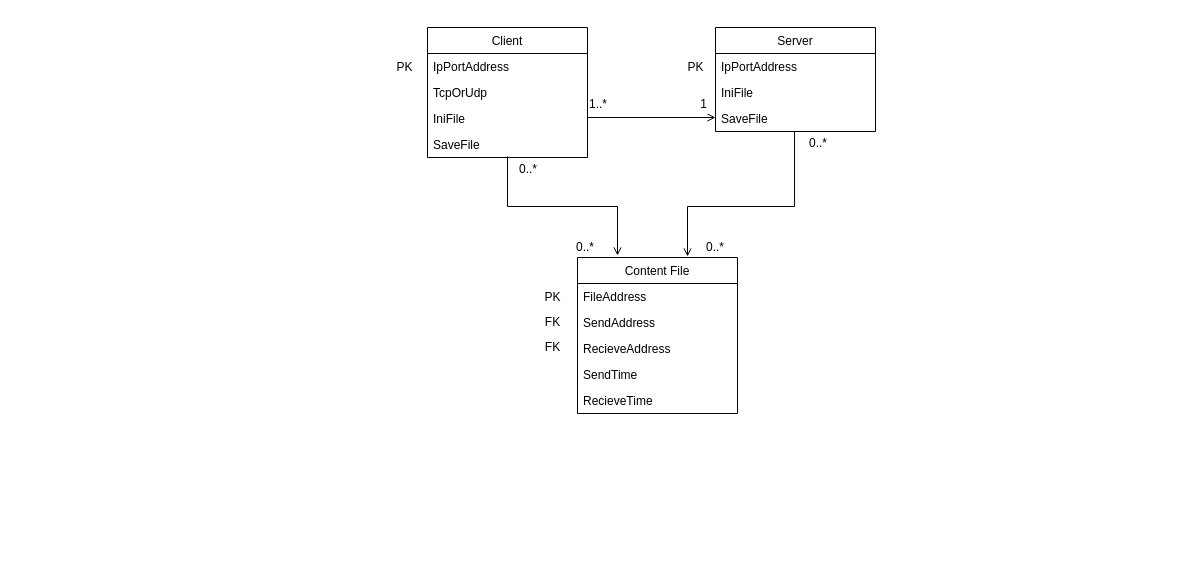
Earlier version of the draw.io diagram Untitled Diagram.drawio (hisouske/4dplex_ojt). Source tidied: cells renumbered, new cells numbered last; positions are measured from the earlier drawing's top-left corner, leaving out a move shared by most shapes. Both pictures are drawn from the tidied source at 100%, with x=0, y=0 at pixel (389, 27).
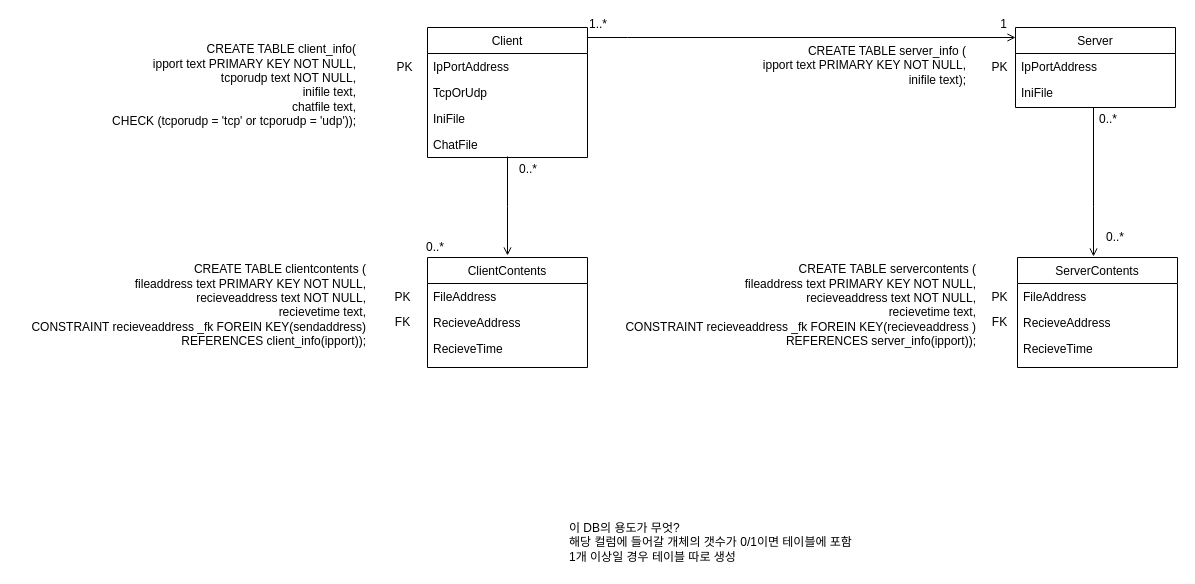
Above is the later version.

The change refers to these unchanged cells:
```xml
<mxCell id="2" value="Client" style="swimlane;fontStyle=0;align=center;verticalAlign=top;horizontal=1;startSize=26;rounded=0;shadow=0;strokeWidth=1;" parent="1" vertex="1">
  <mxGeometry x="38" width="160" height="130" as="geometry" />
</mxCell>
```

The edit, as a diff of the source:
```diff
@@
-    <mxCell id="6" value="SaveFile" style="text;align=left;verticalAlign=top;spacingLeft=4;spacingRight=4;overflow=hidden;rounded=0;shadow=0;html=0;" parent="2" vertex="1">
+    <mxCell id="6" value="ChatFile" style="text;align=left;verticalAlign=top;spacingLeft=4;spacingRight=4;overflow=hidden;rounded=0;shadow=0;html=0;" parent="2" vertex="1">
       <mxGeometry y="104" width="160" height="26" as="geometry" />
     </mxCell>
-    <mxCell id="7" value="Content File" style="swimlane;fontStyle=0;align=center;verticalAlign=top;horizontal=1;startSize=26;rounded=0;shadow=0;strokeWidth=1;" parent="1" vertex="1">
-      <mxGeometry x="188" y="230" width="160" height="156" as="geometry" />
+    <mxCell id="7" value="ClientContents" style="swimlane;fontStyle=0;align=center;verticalAlign=top;horizontal=1;startSize=26;rounded=0;shadow=0;strokeWidth=1;" parent="1" vertex="1">
+      <mxGeometry x="38" y="230" width="160" height="110" as="geometry" />
     </mxCell>
@@
-    <mxCell id="9" value="SendAddress" style="text;align=left;verticalAlign=top;spacingLeft=4;spacingRight=4;overflow=hidden;" parent="7" vertex="1">
-      <mxGeometry y="52" width="160" height="26" as="geometry" />
-    </mxCell>
     <mxCell id="10" value="RecieveAddress" style="text;align=left;verticalAlign=top;spacingLeft=4;spacingRight=4;overflow=hidden;" parent="7" vertex="1">
-      <mxGeometry y="78" width="160" height="26" as="geometry" />
+      <mxGeometry y="52" width="160" height="26" as="geometry" />
     </mxCell>
-    <mxCell id="11" value="SendTime" style="text;align=left;verticalAlign=top;spacingLeft=4;spacingRight=4;overflow=hidden;" parent="7" vertex="1">
-      <mxGeometry y="104" width="160" height="26" as="geometry" />
-    </mxCell>
     <mxCell id="12" value="RecieveTime" style="text;align=left;verticalAlign=top;spacingLeft=4;spacingRight=4;overflow=hidden;" parent="7" vertex="1">
-      <mxGeometry y="130" width="160" height="26" as="geometry" />
+      <mxGeometry y="78" width="160" height="26" as="geometry" />
     </mxCell>
     <mxCell id="13" value="Server" style="swimlane;fontStyle=0;align=center;verticalAlign=top;horizontal=1;startSize=26;rounded=0;shadow=0;strokeWidth=1;" parent="1" vertex="1">
-      <mxGeometry x="326" width="160" height="104" as="geometry" />
+      <mxGeometry x="626" width="160" height="80" as="geometry" />
     </mxCell>
-    <mxCell id="14" value="IpPortAddress" style="text;align=left;verticalAlign=top;spacingLeft=4;spacingRight=4;overflow=hidden;" parent="13" vertex="1">
-      <mxGeometry y="26" width="160" height="26" as="geometry" />
-    </mxCell>
-    <mxCell id="15" value="IniFile" style="text;align=left;verticalAlign=top;spacingLeft=4;spacingRight=4;overflow=hidden;rounded=0;shadow=0;html=0;" parent="13" vertex="1">
-      <mxGeometry y="52" width="160" height="26" as="geometry" />
+    <mxCell id="15" value="IpPortAddress" style="text;align=left;verticalAlign=top;spacingLeft=4;spacingRight=4;overflow=hidden;rounded=0;shadow=0;html=0;" parent="13" vertex="1">
+      <mxGeometry y="26" width="160" height="26" as="geometry" />
     </mxCell>
-    <mxCell id="16" value="SaveFile" style="text;align=left;verticalAlign=top;spacingLeft=4;spacingRight=4;overflow=hidden;points=[[0,0.5],[1,0.5]];portConstraint=eastwest;rounded=0;shadow=0;html=0;" parent="13" vertex="1">
-      <mxGeometry y="78" width="160" height="26" as="geometry" />
-    </mxCell>
+    <mxCell id="31" value="IniFile" style="text;align=left;verticalAlign=top;spacingLeft=4;spacingRight=4;overflow=hidden;rounded=0;shadow=0;html=0;" parent="13" vertex="1">
+      <mxGeometry y="52" width="160" height="26" as="geometry" />
+    </mxCell>
     <mxCell id="17" style="endArrow=open;shadow=0;strokeWidth=1;rounded=0;endFill=1;edgeStyle=elbowEdgeStyle;elbow=vertical;" parent="1" edge="1" source="2" target="13">
       <mxGeometry x="0.5" y="41" relative="1" as="geometry">
         <Array as="points">
+          <mxPoint x="238" y="10" />
           <mxPoint x="248" y="90" />
         </Array>
         <mxPoint x="-40" y="32" as="offset" />
       </mxGeometry>
     </mxCell>
@@
     <mxCell id="21" value="PK" style="text;html=1;align=center;verticalAlign=middle;strokeColor=none;" parent="1" vertex="1">
-      <mxGeometry x="148" y="260" width="30" height="20" as="geometry" />
+      <mxGeometry x="-2" y="260" width="30" height="20" as="geometry" />
     </mxCell>
     <mxCell id="22" value="FK" style="text;html=1;align=center;verticalAlign=middle;strokeColor=none;" parent="1" vertex="1">
-      <mxGeometry x="148" y="285" width="30" height="20" as="geometry" />
+      <mxGeometry x="-2" y="285" width="30" height="20" as="geometry" />
     </mxCell>
-    <mxCell id="23" value="FK" style="text;html=1;align=center;verticalAlign=middle;strokeColor=none;" parent="1" vertex="1">
-      <mxGeometry x="148" y="310" width="30" height="20" as="geometry" />
-    </mxCell>
@@
     <mxCell id="25" value="PK" style="text;html=1;align=center;verticalAlign=middle;strokeColor=none;" parent="1" vertex="1">
-      <mxGeometry x="291" y="30" width="30" height="20" as="geometry" />
+      <mxGeometry x="595" y="30" width="30" height="20" as="geometry" />
     </mxCell>
     <mxCell id="26" style="endArrow=open;shadow=0;strokeWidth=1;rounded=0;endFill=1;edgeStyle=elbowEdgeStyle;elbow=vertical;" parent="1" edge="1">
       <mxGeometry x="0.5" y="41" relative="1" as="geometry">
         <mxPoint x="118" y="129" as="sourcePoint" />
-        <mxPoint x="228" y="228" as="targetPoint" />
+        <mxPoint x="118" y="228" as="targetPoint" />
         <mxPoint x="-40" y="32" as="offset" />
       </mxGeometry>
     </mxCell>
     <mxCell id="27" value="0..*" style="align=left;verticalAlign=bottom;labelBackgroundColor=none;fontSize=12;" parent="1" vertex="1">
-      <mxGeometry x="198" y="230" as="geometry">
+      <mxGeometry x="48" y="230" as="geometry">
         <mxPoint x="-13" y="-2" as="offset" />
       </mxGeometry>
     </mxCell>
-    <mxCell id="28" style="endArrow=open;shadow=0;strokeWidth=1;rounded=0;endFill=1;edgeStyle=elbowEdgeStyle;elbow=vertical;exitX=0.494;exitY=0.981;exitDx=0;exitDy=0;exitPerimeter=0;" parent="1" edge="1" source="16">
+    <mxCell id="28" style="endArrow=open;shadow=0;strokeWidth=1;rounded=0;endFill=1;edgeStyle=elbowEdgeStyle;elbow=vertical;" parent="1" edge="1">
       <mxGeometry x="0.5" y="41" relative="1" as="geometry">
-        <mxPoint x="298" y="229" as="targetPoint" />
+        <mxPoint x="704" y="80" as="sourcePoint" />
+        <mxPoint x="704" y="229" as="targetPoint" />
         <Array as="points">
-          <mxPoint x="348" y="179" />
-          <mxPoint x="378" y="179" />
-          <mxPoint x="348" y="179" />
+          <mxPoint x="648" y="179" />
+          <mxPoint x="678" y="179" />
+          <mxPoint x="648" y="179" />
         </Array>
         <mxPoint x="-40" y="32" as="offset" />
       </mxGeometry>
     </mxCell>
     <mxCell id="29" value="0..*" style="align=left;verticalAlign=bottom;labelBackgroundColor=none;fontSize=12;" parent="1" vertex="1">
-      <mxGeometry x="418" y="124" as="geometry" />
+      <mxGeometry x="708" y="100" as="geometry" />
     </mxCell>
     <mxCell id="30" value="0..*" style="align=left;verticalAlign=bottom;labelBackgroundColor=none;fontSize=12;" parent="1" vertex="1">
-      <mxGeometry x="328" y="230" as="geometry">
+      <mxGeometry x="728" y="220" as="geometry">
         <mxPoint x="-13" y="-2" as="offset" />
       </mxGeometry>
     </mxCell>
+    <mxCell id="32" value="CREATE TABLE client_info(&lt;br&gt;ipport text PRIMARY KEY NOT NULL,&lt;br&gt;tcporudp text NOT NULL,&lt;br&gt;inifile text,&lt;br&gt;chatfile text,&lt;br&gt;&amp;nbsp;CHECK (tcporudp = 'tcp' or tcporudp = 'udp'));&lt;br&gt;&amp;nbsp;&amp;nbsp;" style="text;html=1;align=right;verticalAlign=middle;strokeColor=none;" parent="1" vertex="1">
+      <mxGeometry x="-292" y="15" width="260" height="100" as="geometry" />
+    </mxCell>
+    <mxCell id="33" value="CREATE TABLE clientcontents (&lt;br&gt;fileaddress text PRIMARY KEY NOT NULL,&lt;br&gt;recieveaddress text NOT NULL,&lt;br&gt;recievetime text,&lt;br&gt;CONSTRAINT recieveaddress&amp;nbsp;_fk FOREIN KEY(sendaddress)&lt;br&gt;&amp;nbsp;REFERENCES client_info(ipport));&lt;br&gt;&amp;nbsp;&amp;nbsp;" style="text;html=1;align=right;verticalAlign=middle;strokeColor=none;" parent="1" vertex="1">
+      <mxGeometry x="-372" y="235" width="350" height="100" as="geometry" />
+    </mxCell>
+    <mxCell id="34" value="이 DB의 용도가 무엇?&lt;br&gt;해당 컬럼에 들어갈 개체의 갯수가 0/1이면 테이블에 포함&lt;br&gt;1개 이상일 경우 테이블 따로 생성" style="text;html=1;align=left;verticalAlign=middle;strokeColor=none;" parent="1" vertex="1">
+      <mxGeometry x="178" y="490" width="320" height="50" as="geometry" />
+    </mxCell>
+    <mxCell id="35" value="CREATE TABLE server_info (&lt;br&gt;ipport text PRIMARY KEY NOT NULL,&lt;br&gt;inifile text);&lt;br&gt;&amp;nbsp;&amp;nbsp;" style="text;html=1;align=right;verticalAlign=middle;strokeColor=none;" parent="1" vertex="1">
+      <mxGeometry x="358" y="15" width="220" height="60" as="geometry" />
+    </mxCell>
+    <mxCell id="36" value="ServerContents" style="swimlane;fontStyle=0;align=center;verticalAlign=top;horizontal=1;startSize=26;rounded=0;shadow=0;strokeWidth=1;" parent="1" vertex="1">
+      <mxGeometry x="628" y="230" width="160" height="110" as="geometry" />
+    </mxCell>
+    <mxCell id="37" value="FileAddress" style="text;align=left;verticalAlign=top;spacingLeft=4;spacingRight=4;overflow=hidden;" parent="36" vertex="1">
+      <mxGeometry y="26" width="160" height="26" as="geometry" />
+    </mxCell>
+    <mxCell id="38" value="RecieveAddress" style="text;align=left;verticalAlign=top;spacingLeft=4;spacingRight=4;overflow=hidden;" parent="36" vertex="1">
+      <mxGeometry y="52" width="160" height="26" as="geometry" />
+    </mxCell>
+    <mxCell id="39" value="RecieveTime" style="text;align=left;verticalAlign=top;spacingLeft=4;spacingRight=4;overflow=hidden;" parent="36" vertex="1">
+      <mxGeometry y="78" width="160" height="26" as="geometry" />
+    </mxCell>
+    <mxCell id="40" value="PK" style="text;html=1;align=center;verticalAlign=middle;strokeColor=none;" parent="1" vertex="1">
+      <mxGeometry x="595" y="260" width="30" height="20" as="geometry" />
+    </mxCell>
+    <mxCell id="23" value="FK" style="text;html=1;align=center;verticalAlign=middle;strokeColor=none;" parent="1" vertex="1">
+      <mxGeometry x="595" y="285" width="30" height="20" as="geometry" />
+    </mxCell>
+    <mxCell id="41" value="CREATE TABLE servercontents (&lt;br&gt;fileaddress text PRIMARY KEY NOT NULL,&lt;br&gt;recieveaddress text NOT NULL,&lt;br&gt;recievetime text,&lt;br&gt;CONSTRAINT recieveaddress&amp;nbsp;_fk FOREIN KEY(recieveaddress )&lt;br&gt;&amp;nbsp;REFERENCES server_info(ipport));&lt;br&gt;&amp;nbsp;&amp;nbsp;" style="text;html=1;align=right;verticalAlign=middle;strokeColor=none;" parent="1" vertex="1">
+      <mxGeometry x="218" y="235" width="370" height="100" as="geometry" />
+    </mxCell>
```
